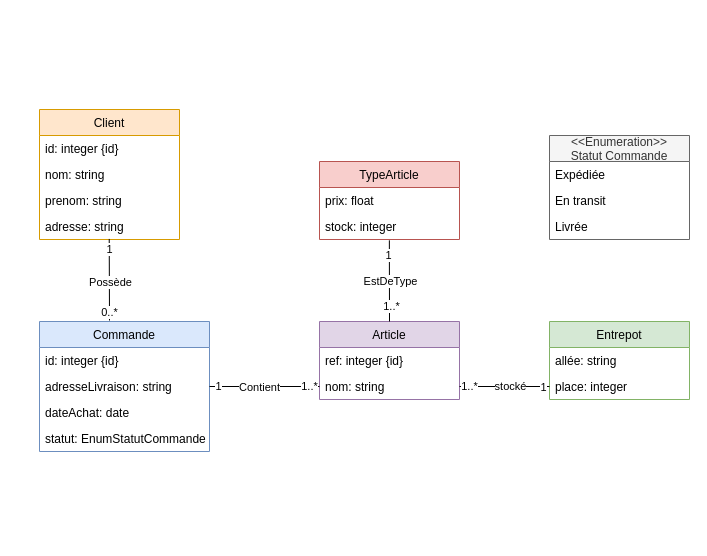
The draw.io diagram Projet.drawio in riad73/INF403, before the edit. Source tidied: cells renumbered, new cells numbered last; positions are measured from the earlier drawing's top-left corner, leaving out a move shared by most shapes. Both pictures are drawn from the tidied source at 100%, with x=0, y=0 at pixel (39, 109).
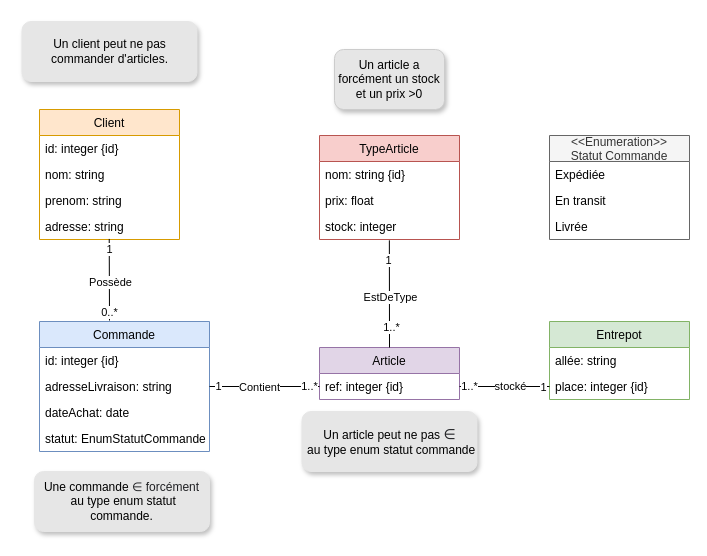
The same diagram, later.

Unchanged cells that the change refers to:
```xml
<mxCell id="10" value="Entrepot" style="swimlane;fontStyle=0;horizontal=1;startSize=26;fillColor=#d5e8d4;strokeColor=#82b366;" parent="1" vertex="1">
  <mxGeometry x="510" y="212" width="140" height="78" as="geometry" />
</mxCell>
```

Diff of the diagram source:
```diff
@@
-<mxGraphModel>
+<mxGraphModel background="#FFFFFF">
@@
     <mxCell id="7" value="Article" style="swimlane;fontStyle=0;horizontal=1;startSize=26;fillColor=#e1d5e7;strokeColor=#9673a6;" parent="1" vertex="1">
-      <mxGeometry x="280" y="212" width="140" height="78" as="geometry" />
+      <mxGeometry x="280" y="238" width="140" height="52" as="geometry" />
     </mxCell>
@@
-    <mxCell id="9" value="nom: string" style="text;strokeColor=none;fillColor=none;align=left;verticalAlign=top;spacingLeft=4;spacingRight=4;overflow=hidden;points=[[0,0.5],[1,0.5]];portConstraint=eastwest;" parent="7" vertex="1">
-      <mxGeometry y="52" width="140" height="26" as="geometry" />
-    </mxCell>
@@
-    <mxCell id="12" value="place: integer" style="text;strokeColor=none;fillColor=none;align=left;verticalAlign=top;spacingLeft=4;spacingRight=4;overflow=hidden;points=[[0,0.5],[1,0.5]];portConstraint=eastwest;" parent="10" vertex="1">
+    <mxCell id="12" value="place: integer {id}" style="text;strokeColor=none;fillColor=none;align=left;verticalAlign=top;spacingLeft=4;spacingRight=4;overflow=hidden;points=[[0,0.5],[1,0.5]];portConstraint=eastwest;" parent="10" vertex="1">
       <mxGeometry y="52" width="140" height="26" as="geometry" />
     </mxCell>
@@
-    <mxCell id="18" style="endArrow=none;html=1;exitX=1;exitY=0.5;exitDx=0;exitDy=0;entryX=0;entryY=0.5;entryDx=0;entryDy=0;" parent="1" edge="1" target="9">
+    <mxCell id="18" style="endArrow=none;html=1;exitX=1;exitY=0.5;exitDx=0;exitDy=0;entryX=0;entryY=0.5;entryDx=0;entryDy=0;" parent="1" edge="1">
       <mxGeometry relative="1" as="geometry">
         <mxPoint x="170" y="277" as="sourcePoint" />
+        <mxPoint x="280" y="277" as="targetPoint" />
       </mxGeometry>
     </mxCell>
@@
-    <mxCell id="22" style="endArrow=none;html=1;exitX=1;exitY=0.5;exitDx=0;exitDy=0;" parent="1" edge="1" source="9" target="12">
-      <mxGeometry relative="1" as="geometry" />
+    <mxCell id="22" style="endArrow=none;html=1;exitX=1;exitY=0.5;exitDx=0;exitDy=0;" parent="1" edge="1" target="12">
+      <mxGeometry relative="1" as="geometry">
+        <mxPoint x="420" y="277" as="sourcePoint" />
+      </mxGeometry>
     </mxCell>
@@
     <mxCell id="30" value="TypeArticle" style="swimlane;fontStyle=0;horizontal=1;startSize=26;fillColor=#f8cecc;strokeColor=#b85450;" parent="1" vertex="1">
-      <mxGeometry x="280" y="52" width="140" height="78" as="geometry" />
+      <mxGeometry x="280" y="26" width="140" height="104" as="geometry" />
     </mxCell>
+    <mxCell id="41" value="nom: string {id}" style="text;strokeColor=none;fillColor=none;align=left;verticalAlign=top;spacingLeft=4;spacingRight=4;overflow=hidden;" parent="30" vertex="1">
+      <mxGeometry y="26" width="140" height="26" as="geometry" />
+    </mxCell>
     <mxCell id="31" value="prix: float" style="text;strokeColor=none;fillColor=none;align=left;verticalAlign=top;spacingLeft=4;spacingRight=4;overflow=hidden;" parent="30" vertex="1">
-      <mxGeometry y="26" width="140" height="26" as="geometry" />
+      <mxGeometry y="52" width="140" height="26" as="geometry" />
     </mxCell>
     <mxCell id="32" value="stock: integer" style="text;strokeColor=none;fillColor=none;align=left;verticalAlign=top;spacingLeft=4;spacingRight=4;overflow=hidden;points=[[0,0.5],[1,0.5]];portConstraint=eastwest;" parent="30" vertex="1">
-      <mxGeometry y="52" width="140" height="26" as="geometry" />
+      <mxGeometry y="78" width="140" height="26" as="geometry" />
     </mxCell>
@@
+    <mxCell id="42" value="Une commande&amp;nbsp;&lt;span style=&quot;color: rgb(32 , 33 , 36) ; font-family: &amp;#34;arial&amp;#34; , sans-serif ; text-align: left&quot;&gt;∈ &lt;font style=&quot;font-size: 12px&quot;&gt;forcément&lt;/font&gt;&lt;/span&gt;&lt;br&gt;&amp;nbsp;au type enum statut commande." style="shape=ext;rounded=1;html=1;whiteSpace=wrap;fillColor=#E6E6E6;shadow=1;strokeColor=#E6E6E6;" parent="1" vertex="1">
+      <mxGeometry x="-5" y="362" width="175" height="60" as="geometry" />
+    </mxCell>
+    <mxCell id="43" value="Un article a forcément un stock et un prix &amp;gt;0" style="shape=ext;rounded=1;html=1;whiteSpace=wrap;fillColor=#E6E6E6;shadow=1;strokeColor=#CCCCCC;" parent="1" vertex="1">
+      <mxGeometry x="295" y="-60" width="110" height="60" as="geometry" />
+    </mxCell>
+    <mxCell id="44" value="Un article peut ne pas&amp;nbsp;&lt;span style=&quot;color: rgb(32 , 33 , 36) ; font-family: &amp;#34;arial&amp;#34; , sans-serif ; font-size: 14px ; text-align: left&quot;&gt;∈&lt;/span&gt;&lt;br&gt;&amp;nbsp;au type enum statut commande" style="shape=ext;rounded=1;html=1;whiteSpace=wrap;fillColor=#E6E6E6;shadow=1;strokeColor=#E6E6E6;" parent="1" vertex="1">
+      <mxGeometry x="262.5" y="302" width="175" height="60" as="geometry" />
+    </mxCell>
+    <mxCell id="45" value="Un client peut ne pas commander d'articles." style="shape=ext;rounded=1;html=1;whiteSpace=wrap;fillColor=#E6E6E6;shadow=1;strokeColor=#E6E6E6;" parent="1" vertex="1">
+      <mxGeometry x="-17.5" y="-88" width="175" height="60" as="geometry" />
+    </mxCell>
```
